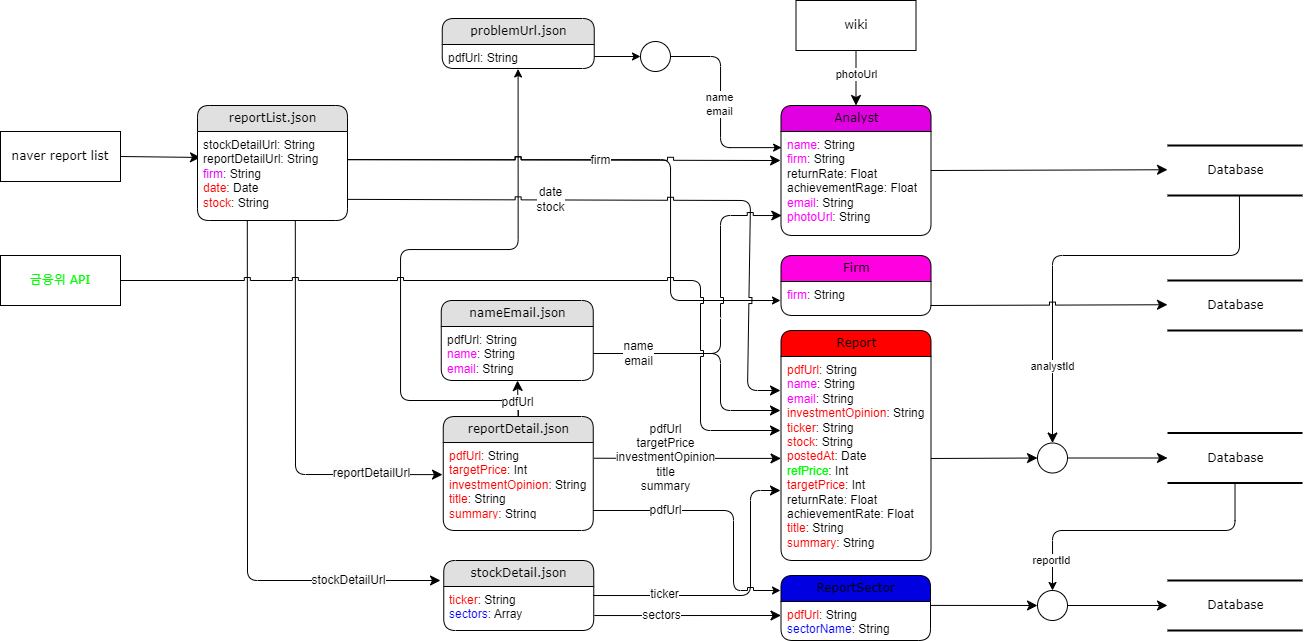
The draw.io diagram diagram/DataFlow.drawio.png in PDA-stockX/research-crawling, before a commit. Source tidied: cells renumbered, new cells last; positions are measured from the earlier drawing's top-left corner, leaving out a move shared by most shapes.
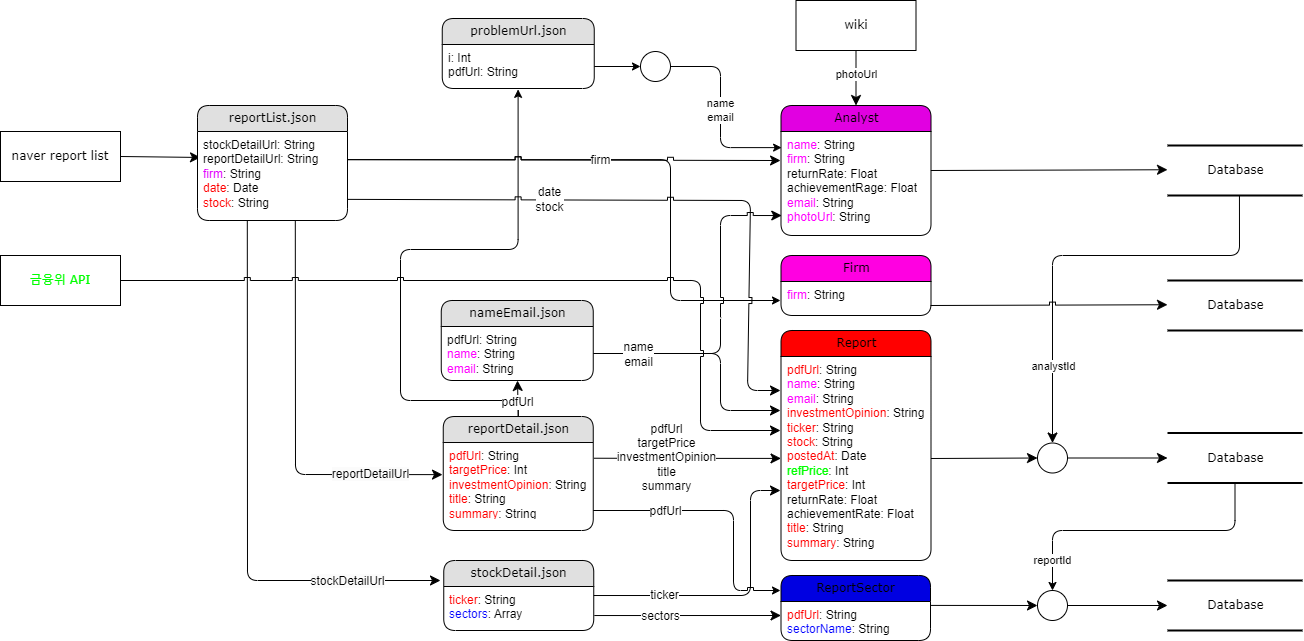
Above is the later version.

Change to the diagram source:
```diff
@@ -239,15 +239,15 @@
       <mxGeometry x="-0.15" relative="1" as="geometry" />
     </mxCell>
     <mxCell id="56" value="problemUrl.json" style="swimlane;html=1;fontStyle=0;horizontal=1;startSize=26;fillColor=#e0e0e0;swimlaneFillColor=#ffffff;align=center;rounded=1;shadow=0;comic=0;labelBackgroundColor=none;strokeWidth=1;fontFamily=Verdana;fontSize=12;" parent="1" vertex="1">
-      <mxGeometry x="441.8" y="18" width="152" height="50" as="geometry" />
+      <mxGeometry x="441.8" y="18" width="152" height="70" as="geometry" />
     </mxCell>
-    <mxCell id="57" value="pdfUrl: String" style="text;html=1;strokeColor=none;fillColor=none;spacingLeft=4;spacingRight=4;whiteSpace=wrap;overflow=hidden;points=[[0,0.5],[1,0.5]];portConstraint=eastwest;align=left;" parent="56" vertex="1">
-      <mxGeometry y="26" width="152" height="24" as="geometry" />
+    <mxCell id="57" value="&lt;div&gt;i: Int&lt;/div&gt;pdfUrl: String" style="text;html=1;strokeColor=none;fillColor=none;spacingLeft=4;spacingRight=4;whiteSpace=wrap;overflow=hidden;points=[[0,0.5],[1,0.5]];portConstraint=eastwest;align=left;" parent="56" vertex="1">
+      <mxGeometry y="26" width="152" height="44" as="geometry" />
     </mxCell>
     <mxCell id="58" style="edgeStyle=orthogonalEdgeStyle;rounded=1;jettySize=auto;html=1;exitX=1;exitY=0.5;exitDx=0;exitDy=0;entryX=0.004;entryY=0.155;entryDx=0;entryDy=0;entryPerimeter=0;curved=0;" parent="1" edge="1" source="61" target="17">
       <mxGeometry relative="1" as="geometry">
         <Array as="points">
-          <mxPoint x="720" y="56" />
+          <mxPoint x="720" y="66" />
           <mxPoint x="720" y="147" />
         </Array>
       </mxGeometry>
@@ -259,7 +259,7 @@
       <mxGeometry relative="1" as="geometry" />
     </mxCell>
     <mxCell id="61" style="ellipse;whiteSpace=wrap;html=1;rounded=1;shadow=0;comic=0;labelBackgroundColor=none;strokeWidth=1;fontFamily=Verdana;fontSize=12;align=center;" parent="1" vertex="1">
-      <mxGeometry x="640" y="41" width="30" height="30" as="geometry" />
+      <mxGeometry x="640" y="51" width="30" height="30" as="geometry" />
     </mxCell>
     <mxCell id="62" value="Firm" style="swimlane;html=1;fontStyle=0;horizontal=1;startSize=26;fillColor=#ff00e1;swimlaneFillColor=#ffffff;align=center;rounded=1;shadow=0;comic=0;labelBackgroundColor=none;strokeWidth=1;fontFamily=Verdana;fontSize=12;" parent="1" vertex="1">
       <mxGeometry x="780.5" y="255" width="150" height="60" as="geometry" />
```
